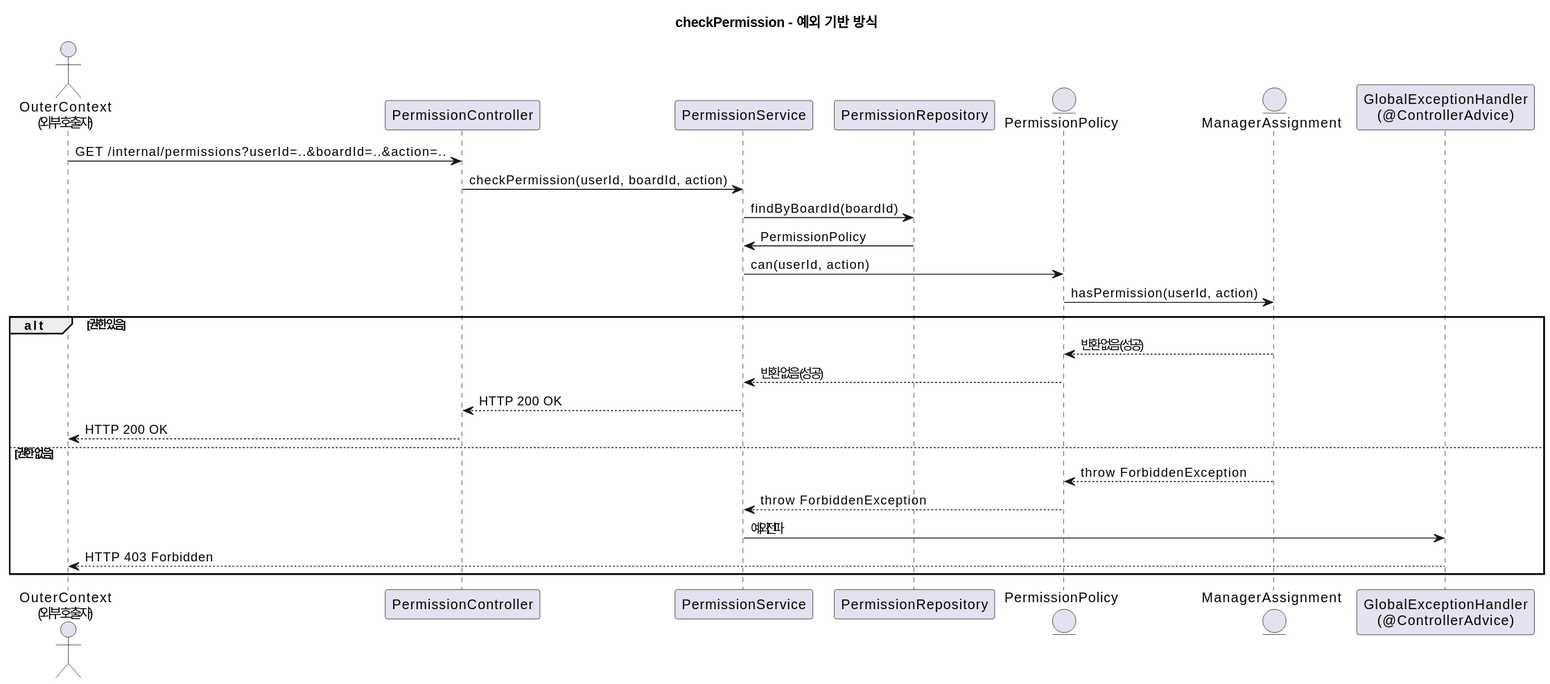
This is document/puml/event/internalAPI/permissionContext/permissionAggregate/checkPermissionInternal.svg from SimpleBoardTeam/server-hyunchang, a PlantUML export, as it was before one commit. Source of this version:
```plantuml
@startuml
title checkPermission - 예외 기반 방식

actor OuterContext as "OuterContext\n(외부 호출자)"
participant PermissionController
participant PermissionService
participant PermissionRepository
Entity PermissionPolicy
Entity ManagerAssignment
participant ExceptionHandler as "GlobalExceptionHandler\n(@ControllerAdvice)"

OuterContext -> PermissionController : GET /internal/permissions?userId=..&boardId=..&action=..
PermissionController -> PermissionService : checkPermission(userId, boardId, action)

PermissionService -> PermissionRepository : findByBoardId(boardId)
PermissionRepository -> PermissionService : PermissionPolicy
PermissionService -> PermissionPolicy : can(userId, action)
PermissionPolicy -> ManagerAssignment : hasPermission(userId, action)
alt 권한 있음
  ManagerAssignment --> PermissionPolicy : 반환 없음 (성공)
  PermissionPolicy --> PermissionService : 반환 없음 (성공)
  PermissionService --> PermissionController : HTTP 200 OK
  PermissionController --> OuterContext : HTTP 200 OK
else 권한 없음
  ManagerAssignment --> PermissionPolicy : throw ForbiddenException
  PermissionPolicy --> PermissionService : throw ForbiddenException
  PermissionService -> ExceptionHandler : 예외 전파
  ExceptionHandler --> OuterContext : HTTP 403 Forbidden
end
@enduml
```
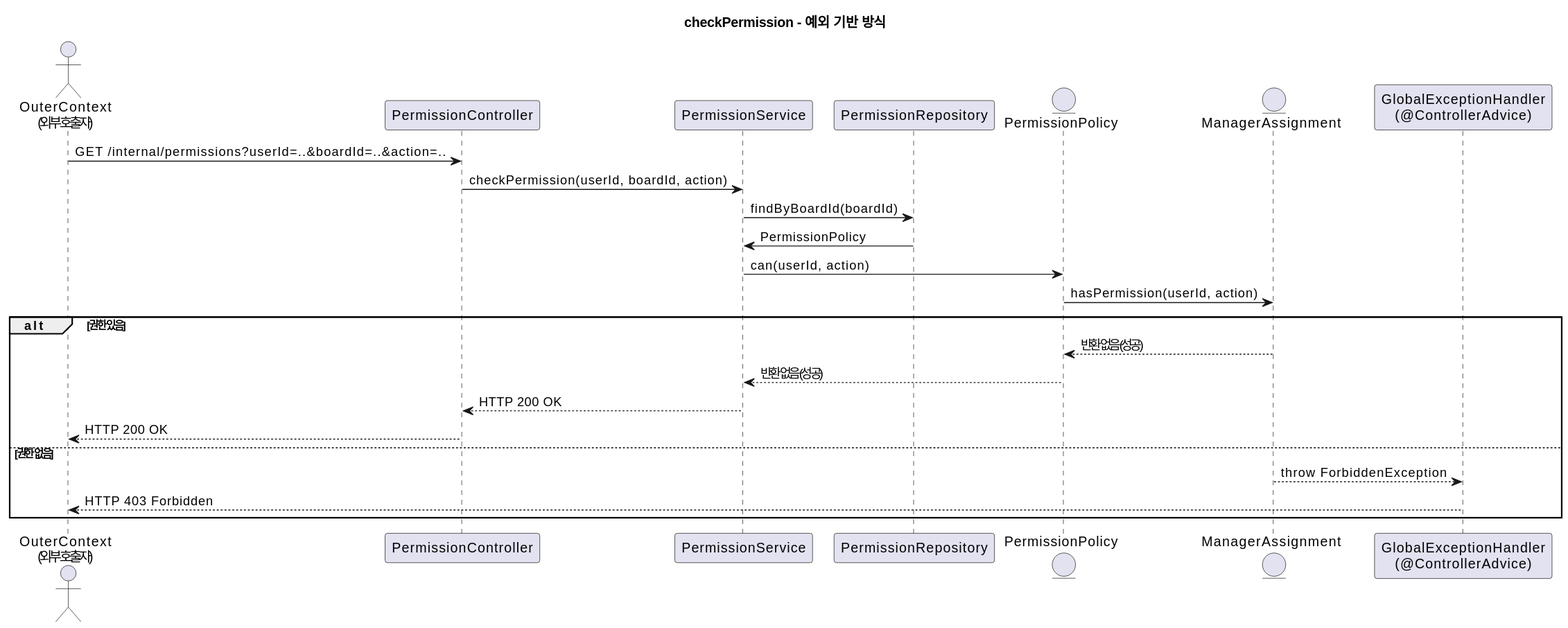
The same file after the commit.

Commit message:
chore(diagram): auto-generate SVGs

What changed in the source:
```diff
@@ -22,9 +22,7 @@
   PermissionService --> PermissionController : HTTP 200 OK
   PermissionController --> OuterContext : HTTP 200 OK
 else 권한 없음
-  ManagerAssignment --> PermissionPolicy : throw ForbiddenException
-  PermissionPolicy --> PermissionService : throw ForbiddenException
-  PermissionService -> ExceptionHandler : 예외 전파
+  ManagerAssignment --> ExceptionHandler : throw ForbiddenException
   ExceptionHandler --> OuterContext : HTTP 403 Forbidden
 end
 @enduml
```
